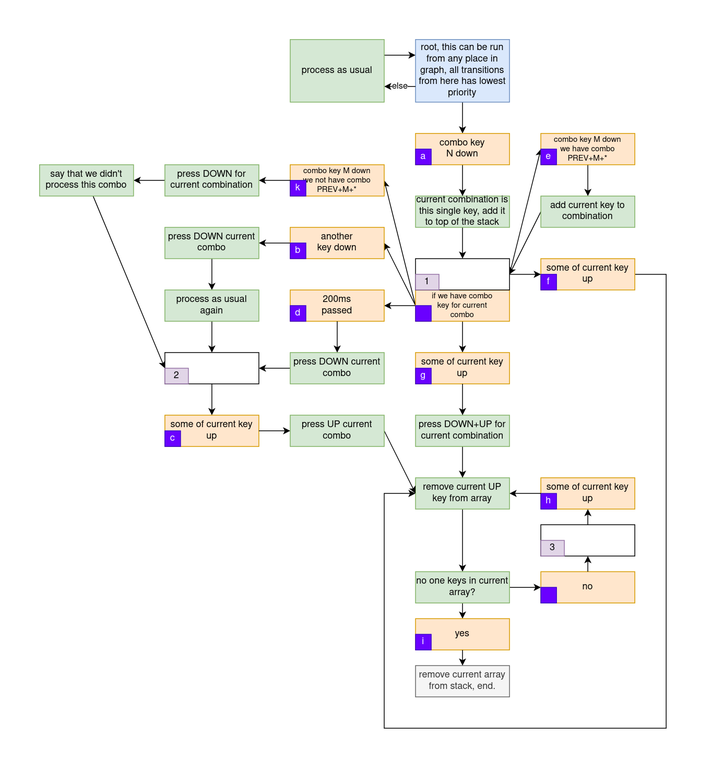
Before: combo/dka.png, a diagram exported from draw.io (optozorax/moonlander). Source tidied: cells renumbered, new cells last; positions are measured from the earlier drawing's top-left corner, leaving out a move shared by most shapes.
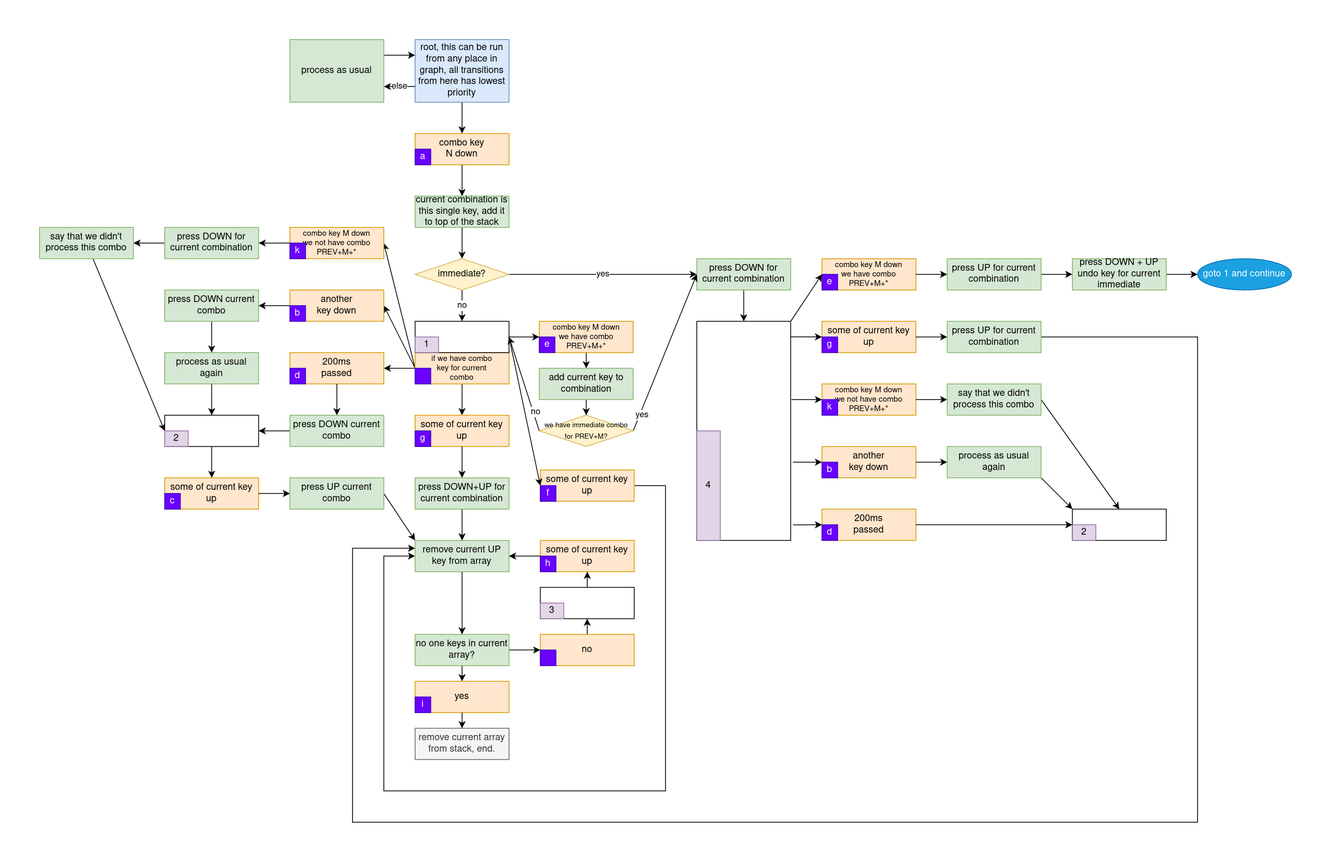
The same file after the commit.

Commit message:
add immediate chord image

The edit, as a diff of the source:
```diff
@@ -6,7 +6,7 @@
       <mxGeometry relative="1" as="geometry" />
     </mxCell>
     <mxCell id="3" value="root, this can be run from any place in graph, all transitions from here has lowest priority" style="rounded=0;whiteSpace=wrap;html=1;fillColor=#dae8fc;strokeColor=#6c8ebf;" parent="1" vertex="1">
-      <mxGeometry x="480" width="120" height="80" as="geometry" />
+      <mxGeometry x="480" y="-80" width="120" height="80" as="geometry" />
     </mxCell>
     <mxCell id="4" value="remove current array from stack, end." style="rounded=0;whiteSpace=wrap;html=1;fillColor=#f5f5f5;strokeColor=#666666;fontColor=#333333;" parent="1" vertex="1">
       <mxGeometry x="480" y="800" width="120" height="40" as="geometry" />
@@ -14,7 +14,7 @@
     <mxCell id="5" style="edgeStyle=orthogonalEdgeStyle;rounded=0;jettySize=auto;html=1;exitX=1;exitY=0.5;exitDx=0;exitDy=0;" parent="1" edge="1" source="89" target="8">
       <mxGeometry relative="1" as="geometry">
         <Array as="points">
-          <mxPoint x="800" y="300" />
+          <mxPoint x="800" y="490" />
           <mxPoint x="800" y="880" />
           <mxPoint x="440" y="880" />
           <mxPoint x="440" y="580" />
@@ -30,12 +30,6 @@
     <mxCell id="8" value="remove current UP key from array" style="rounded=0;whiteSpace=wrap;html=1;fillColor=#d5e8d4;strokeColor=#82b366;" parent="1" vertex="1">
       <mxGeometry x="480" y="560" width="120" height="40" as="geometry" />
     </mxCell>
-    <mxCell id="9" style="edgeStyle=none;rounded=0;jettySize=auto;html=1;" parent="1" edge="1" source="10" target="54">
-      <mxGeometry relative="1" as="geometry" />
-    </mxCell>
-    <mxCell id="10" value="current combination is this single key, add it to top of the stack" style="rounded=0;whiteSpace=wrap;html=1;fillColor=#d5e8d4;strokeColor=#82b366;" parent="1" vertex="1">
-      <mxGeometry x="480" y="200" width="120" height="40" as="geometry" />
-    </mxCell>
     <mxCell id="11" style="edgeStyle=none;rounded=0;jettySize=auto;html=1;" parent="1" edge="1" source="12" target="60">
       <mxGeometry relative="1" as="geometry" />
     </mxCell>
@@ -63,13 +57,13 @@
     <mxCell id="19" value="press DOWN+UP for current combination" style="rounded=0;whiteSpace=wrap;html=1;fillColor=#d5e8d4;strokeColor=#82b366;" parent="1" vertex="1">
       <mxGeometry x="480" y="480" width="120" height="40" as="geometry" />
     </mxCell>
-    <mxCell id="20" style="edgeStyle=none;rounded=0;jettySize=auto;html=1;exitX=0;exitY=0.5;exitDx=0;exitDy=0;entryX=1;entryY=0.5;entryDx=0;entryDy=0;" parent="1" edge="1" source="21" target="54">
-      <mxGeometry relative="1" as="geometry" />
-    </mxCell>
+    <mxCell id="94" style="edgeStyle=orthogonalEdgeStyle;rounded=0;jettySize=auto;html=1;" parent="1" edge="1" source="21" target="105">
+      <mxGeometry relative="1" as="geometry" />
+    </mxCell>
     <mxCell id="21" value="add current key to combination" style="rounded=0;whiteSpace=wrap;html=1;fillColor=#d5e8d4;strokeColor=#82b366;" parent="1" vertex="1">
-      <mxGeometry x="640" y="200" width="120" height="40" as="geometry" />
+      <mxGeometry x="638.7" y="340" width="120" height="40" as="geometry" />
     </mxCell>
-    <mxCell id="22" style="edgeStyle=none;rounded=0;jettySize=auto;html=1;exitX=1;exitY=0.5;exitDx=0;exitDy=0;entryX=0;entryY=0.5;entryDx=0;entryDy=0;" parent="1" edge="1" source="23" target="8">
+    <mxCell id="22" style="edgeStyle=none;rounded=0;jettySize=auto;html=1;exitX=1;exitY=0.5;exitDx=0;exitDy=0;entryX=0;entryY=0;entryDx=0;entryDy=0;" parent="1" edge="1" source="23" target="8">
       <mxGeometry relative="1" as="geometry" />
     </mxCell>
     <mxCell id="23" value="press UP current combo" style="rounded=0;whiteSpace=wrap;html=1;fillColor=#d5e8d4;strokeColor=#82b366;" parent="1" vertex="1">
@@ -82,7 +76,7 @@
       <mxGeometry relative="1" as="geometry" />
     </mxCell>
     <mxCell id="26" value="process as usual" style="rounded=0;whiteSpace=wrap;html=1;fillColor=#d5e8d4;strokeColor=#82b366;" parent="1" vertex="1">
-      <mxGeometry x="320" width="120" height="80" as="geometry" />
+      <mxGeometry x="320" y="-80" width="120" height="80" as="geometry" />
     </mxCell>
     <mxCell id="27" style="edgeStyle=none;rounded=0;jettySize=auto;html=1;" parent="1" edge="1" source="29" target="77">
       <mxGeometry relative="1" as="geometry" />
@@ -123,9 +117,6 @@
     <mxCell id="39" style="edgeStyle=none;rounded=0;jettySize=auto;html=1;entryX=1;entryY=0.5;entryDx=0;entryDy=0;" parent="1" edge="1" source="45" target="31">
       <mxGeometry relative="1" as="geometry" />
     </mxCell>
-    <mxCell id="40" style="edgeStyle=none;rounded=0;jettySize=auto;html=1;" parent="1" edge="1" source="51" target="10">
-      <mxGeometry relative="1" as="geometry" />
-    </mxCell>
     <mxCell id="41" style="group;" parent="1" vertex="1">
       <mxGeometry x="320" y="320" width="120" height="40" as="geometry" />
     </mxCell>
@@ -145,7 +136,7 @@
       <mxGeometry y="20" width="20" height="20" as="geometry" />
     </mxCell>
     <mxCell id="47" style="group;" parent="1" vertex="1">
-      <mxGeometry x="640" y="120" width="120" height="40" as="geometry" />
+      <mxGeometry x="638.7" y="280" width="120" height="40" as="geometry" />
     </mxCell>
     <mxCell id="48" value="&lt;div style=&quot;font-size: 10px&quot;&gt;&lt;font style=&quot;font-size: 10px&quot;&gt;combo key M down&lt;/font&gt;&lt;div&gt;&lt;font style=&quot;font-size: 10px&quot;&gt;we have combo PREV+M&lt;/font&gt;&lt;font style=&quot;font-size: 10px&quot;&gt;+*&lt;/font&gt;&lt;/div&gt;&lt;/div&gt;" style="rounded=0;whiteSpace=wrap;html=1;fillColor=#ffe6cc;strokeColor=#d79b00;" parent="47" vertex="1">
       <mxGeometry width="120" height="40" as="geometry" />
@@ -154,7 +145,7 @@
       <mxGeometry y="20" width="20" height="20" as="geometry" />
     </mxCell>
     <mxCell id="50" style="group;" parent="1" vertex="1">
-      <mxGeometry x="480" y="120" width="120" height="40" as="geometry" />
+      <mxGeometry x="480" y="40" width="120" height="40" as="geometry" />
     </mxCell>
     <mxCell id="51" value="&lt;div&gt;combo key &lt;br&gt;&lt;/div&gt;&lt;div&gt;N down&lt;/div&gt;" style="rounded=0;whiteSpace=wrap;html=1;fillColor=#ffe6cc;strokeColor=#d79b00;" parent="50" vertex="1">
       <mxGeometry width="120" height="40" as="geometry" />
@@ -268,7 +259,7 @@
       <mxGeometry relative="1" as="geometry" />
     </mxCell>
     <mxCell id="88" style="group;" parent="1" vertex="1">
-      <mxGeometry x="640" y="280" width="120" height="40" as="geometry" />
+      <mxGeometry x="640" y="470" width="120" height="40" as="geometry" />
     </mxCell>
     <mxCell id="89" value="some of current key up" style="rounded=0;whiteSpace=wrap;html=1;fillColor=#ffe6cc;strokeColor=#d79b00;" parent="88" vertex="1">
       <mxGeometry width="120" height="40" as="geometry" />
@@ -276,7 +267,7 @@
     <mxCell id="90" value="f" style="rounded=0;whiteSpace=wrap;html=1;fillColor=#6a00ff;strokeColor=#3700CC;fontColor=#ffffff;" parent="88" vertex="1">
       <mxGeometry y="20" width="20" height="20" as="geometry" />
     </mxCell>
-    <mxCell id="91" style="edgeStyle=none;rounded=0;jettySize=auto;html=1;" parent="1" edge="1" source="54" target="89">
+    <mxCell id="91" style="edgeStyle=none;rounded=0;jettySize=auto;html=1;exitX=1;exitY=0.5;exitDx=0;exitDy=0;entryX=0;entryY=0;entryDx=0;entryDy=0;" parent="1" edge="1" source="54" target="90">
       <mxGeometry relative="1" as="geometry" />
     </mxCell>
     <mxCell id="92" style="edgeStyle=none;rounded=0;jettySize=auto;html=1;" parent="1" edge="1" source="69" target="19">
@@ -285,5 +276,179 @@
     <mxCell id="93" style="rounded=0;whiteSpace=wrap;html=1;fillColor=#6a00ff;strokeColor=#3700CC;fontColor=#ffffff;" parent="1" vertex="1">
       <mxGeometry x="480" y="340" width="20" height="20" as="geometry" />
     </mxCell>
+    <mxCell id="95" value="no" style="edgeStyle=orthogonalEdgeStyle;rounded=0;jettySize=auto;html=1;" parent="1" edge="1" source="97" target="54">
+      <mxGeometry relative="1" as="geometry" />
+    </mxCell>
+    <mxCell id="96" value="yes" style="rounded=0;jettySize=auto;html=1;entryX=0;entryY=0.5;entryDx=0;entryDy=0;exitX=1;exitY=0.5;exitDx=0;exitDy=0;" parent="1" edge="1" source="97" target="100">
+      <mxGeometry relative="1" as="geometry" />
+    </mxCell>
+    <mxCell id="97" value="immediate?" style="rhombus;whiteSpace=wrap;html=1;fillColor=#fff2cc;strokeColor=#d6b656;" parent="1" vertex="1">
+      <mxGeometry x="480" y="200" width="120" height="40" as="geometry" />
+    </mxCell>
+    <mxCell id="98" style="edgeStyle=orthogonalEdgeStyle;rounded=0;jettySize=auto;html=1;" parent="1" edge="1" source="10" target="97">
+      <mxGeometry relative="1" as="geometry" />
+    </mxCell>
+    <mxCell id="10" value="current combination is this single key, add it to top of the stack" style="rounded=0;whiteSpace=wrap;html=1;fillColor=#d5e8d4;strokeColor=#82b366;" parent="1" vertex="1">
+      <mxGeometry x="480" y="120" width="120" height="40" as="geometry" />
+    </mxCell>
+    <mxCell id="40" style="edgeStyle=orthogonalEdgeStyle;rounded=0;jettySize=auto;html=1;" parent="1" edge="1" source="51" target="10">
+      <mxGeometry relative="1" as="geometry" />
+    </mxCell>
+    <mxCell id="99" style="edgeStyle=none;rounded=0;jettySize=auto;html=1;" parent="1" edge="1" source="100" target="107">
+      <mxGeometry relative="1" as="geometry" />
+    </mxCell>
+    <mxCell id="100" value="press DOWN for current combination" style="rounded=0;whiteSpace=wrap;html=1;fillColor=#d5e8d4;strokeColor=#82b366;" parent="1" vertex="1">
+      <mxGeometry x="840" y="200" width="120" height="40" as="geometry" />
+    </mxCell>
+    <mxCell id="101" style="rounded=0;jettySize=auto;html=1;exitX=0;exitY=0.5;exitDx=0;exitDy=0;" parent="1" edge="1" source="105">
+      <mxGeometry relative="1" as="geometry">
+        <mxPoint x="600" y="300" as="targetPoint" />
+      </mxGeometry>
+    </mxCell>
+    <mxCell id="102" value="no" style="edgeLabel;html=1;align=center;verticalAlign=middle;" parent="101" vertex="1">
+      <mxGeometry x="-0.6" y="-3" relative="1" as="geometry" />
+    </mxCell>
+    <mxCell id="103" style="edgeStyle=none;rounded=0;jettySize=auto;html=1;exitX=1;exitY=0.5;exitDx=0;exitDy=0;entryX=0;entryY=0.5;entryDx=0;entryDy=0;" parent="1" edge="1" source="105" target="100">
+      <mxGeometry relative="1" as="geometry" />
+    </mxCell>
+    <mxCell id="104" value="yes" style="edgeLabel;html=1;align=center;verticalAlign=middle;" parent="103" vertex="1">
+      <mxGeometry x="-0.79" y="-2" relative="1" as="geometry" />
+    </mxCell>
+    <mxCell id="105" value="&lt;font style=&quot;font-size: 9px&quot;&gt;we have immediate combo for PREV+M?&lt;/font&gt;" style="rhombus;whiteSpace=wrap;html=1;fillColor=#fff2cc;strokeColor=#d6b656;" parent="1" vertex="1">
+      <mxGeometry x="638.7" y="400" width="120" height="40" as="geometry" />
+    </mxCell>
+    <mxCell id="106" style="group;" parent="1" vertex="1">
+      <mxGeometry x="840" y="280" width="120" height="280" as="geometry" />
+    </mxCell>
+    <mxCell id="107" style="rounded=0;whiteSpace=wrap;html=1;" parent="106" vertex="1">
+      <mxGeometry width="120" height="280" as="geometry" />
+    </mxCell>
+    <mxCell id="108" value="4" style="rounded=0;whiteSpace=wrap;html=1;fillColor=#e1d5e7;strokeColor=#9673a6;" parent="106" vertex="1">
+      <mxGeometry y="140" width="30" height="140" as="geometry" />
+    </mxCell>
+    <mxCell id="109" style="group;" parent="1" vertex="1">
+      <mxGeometry x="1000" y="520" width="120" height="40" as="geometry" />
+    </mxCell>
+    <mxCell id="110" value="&lt;div&gt;200ms&lt;/div&gt;&lt;div&gt;passed&lt;br&gt;&lt;/div&gt;" style="rounded=0;whiteSpace=wrap;html=1;fillColor=#ffe6cc;strokeColor=#d79b00;" parent="109" vertex="1">
+      <mxGeometry width="120" height="40" as="geometry" />
+    </mxCell>
+    <mxCell id="111" value="d" style="rounded=0;whiteSpace=wrap;html=1;fillColor=#6a00ff;strokeColor=#3700CC;fontColor=#ffffff;" parent="109" vertex="1">
+      <mxGeometry y="20" width="20" height="20" as="geometry" />
+    </mxCell>
+    <mxCell id="112" style="group;" parent="1" vertex="1">
+      <mxGeometry x="1000" y="440" width="120" height="40" as="geometry" />
+    </mxCell>
+    <mxCell id="113" value="&lt;div&gt;another &lt;br&gt;&lt;/div&gt;&lt;div&gt;key down&lt;/div&gt;" style="rounded=0;whiteSpace=wrap;html=1;fillColor=#ffe6cc;strokeColor=#d79b00;" parent="112" vertex="1">
+      <mxGeometry width="120" height="40" as="geometry" />
+    </mxCell>
+    <mxCell id="114" value="b" style="rounded=0;whiteSpace=wrap;html=1;fillColor=#6a00ff;strokeColor=#3700CC;fontColor=#ffffff;" parent="112" vertex="1">
+      <mxGeometry y="20" width="20" height="20" as="geometry" />
+    </mxCell>
+    <mxCell id="115" style="group;" parent="1" vertex="1">
+      <mxGeometry x="1000" y="360" width="120" height="40" as="geometry" />
+    </mxCell>
+    <mxCell id="116" value="&lt;div style=&quot;font-size: 10px&quot;&gt;&lt;font style=&quot;font-size: 10px&quot;&gt;combo key M down&lt;/font&gt;&lt;div&gt;&lt;font style=&quot;font-size: 10px&quot;&gt;we not have combo PREV+M&lt;/font&gt;&lt;font style=&quot;font-size: 10px&quot;&gt;+*&lt;/font&gt;&lt;/div&gt;&lt;/div&gt;" style="rounded=0;whiteSpace=wrap;html=1;fillColor=#ffe6cc;strokeColor=#d79b00;" parent="115" vertex="1">
+      <mxGeometry width="120" height="40" as="geometry" />
+    </mxCell>
+    <mxCell id="117" value="k" style="rounded=0;whiteSpace=wrap;html=1;fillColor=#6a00ff;strokeColor=#3700CC;fontColor=#ffffff;" parent="115" vertex="1">
+      <mxGeometry y="20" width="20" height="20" as="geometry" />
+    </mxCell>
+    <mxCell id="118" style="group;" parent="1" vertex="1">
+      <mxGeometry x="1000" y="200" width="120" height="40" as="geometry" />
+    </mxCell>
+    <mxCell id="119" value="&lt;div style=&quot;font-size: 10px&quot;&gt;&lt;font style=&quot;font-size: 10px&quot;&gt;combo key M down&lt;/font&gt;&lt;div&gt;&lt;font style=&quot;font-size: 10px&quot;&gt;we have combo PREV+M&lt;/font&gt;&lt;font style=&quot;font-size: 10px&quot;&gt;+*&lt;/font&gt;&lt;/div&gt;&lt;/div&gt;" style="rounded=0;whiteSpace=wrap;html=1;fillColor=#ffe6cc;strokeColor=#d79b00;" parent="118" vertex="1">
+      <mxGeometry width="120" height="40" as="geometry" />
+    </mxCell>
+    <mxCell id="120" value="e" style="rounded=0;whiteSpace=wrap;html=1;fillColor=#6a00ff;strokeColor=#3700CC;fontColor=#ffffff;" parent="118" vertex="1">
+      <mxGeometry y="20" width="20" height="20" as="geometry" />
+    </mxCell>
+    <mxCell id="121" style="group;" parent="1" vertex="1">
+      <mxGeometry x="1000" y="280" width="120" height="40" as="geometry" />
+    </mxCell>
+    <mxCell id="122" value="some of current key up" style="rounded=0;whiteSpace=wrap;html=1;fillColor=#ffe6cc;strokeColor=#d79b00;" parent="121" vertex="1">
+      <mxGeometry width="120" height="40" as="geometry" />
+    </mxCell>
+    <mxCell id="123" value="g" style="rounded=0;whiteSpace=wrap;html=1;fillColor=#6a00ff;strokeColor=#3700CC;fontColor=#ffffff;" parent="121" vertex="1">
+      <mxGeometry y="20" width="20" height="20" as="geometry" />
+    </mxCell>
+    <mxCell id="124" style="edgeStyle=none;rounded=0;jettySize=auto;html=1;exitX=1;exitY=0.071;exitDx=0;exitDy=0;exitPerimeter=0;" parent="1" edge="1" source="107" target="122">
+      <mxGeometry relative="1" as="geometry" />
+    </mxCell>
+    <mxCell id="125" style="edgeStyle=none;rounded=0;jettySize=auto;html=1;entryX=0;entryY=0;entryDx=0;entryDy=0;exitX=1.008;exitY=0.357;exitDx=0;exitDy=0;exitPerimeter=0;" parent="1" edge="1" source="107" target="117">
+      <mxGeometry relative="1" as="geometry" />
+    </mxCell>
+    <mxCell id="126" style="edgeStyle=none;rounded=0;jettySize=auto;html=1;entryX=0;entryY=0.5;entryDx=0;entryDy=0;exitX=1.025;exitY=0.643;exitDx=0;exitDy=0;exitPerimeter=0;" parent="1" edge="1" source="107" target="113">
+      <mxGeometry relative="1" as="geometry" />
+    </mxCell>
+    <mxCell id="127" style="edgeStyle=none;rounded=0;jettySize=auto;html=1;entryX=0;entryY=0;entryDx=0;entryDy=0;exitX=1.025;exitY=0.929;exitDx=0;exitDy=0;exitPerimeter=0;" parent="1" edge="1" source="107" target="111">
+      <mxGeometry relative="1" as="geometry" />
+    </mxCell>
+    <mxCell id="128" style="edgeStyle=none;rounded=0;jettySize=auto;html=1;entryX=0;entryY=0;entryDx=0;entryDy=0;exitX=1;exitY=0;exitDx=0;exitDy=0;" parent="1" edge="1" source="107" target="120">
+      <mxGeometry relative="1" as="geometry" />
+    </mxCell>
+    <mxCell id="129" value="goto 1 and continue" style="ellipse;whiteSpace=wrap;html=1;fillColor=#1ba1e2;strokeColor=#006EAF;fontColor=#ffffff;" parent="1" vertex="1">
+      <mxGeometry x="1480" y="200" width="120" height="40" as="geometry" />
+    </mxCell>
+    <mxCell id="130" style="edgeStyle=none;rounded=0;jettySize=auto;html=1;entryX=0;entryY=0.5;entryDx=0;entryDy=0;exitX=1;exitY=0.5;exitDx=0;exitDy=0;" parent="1" edge="1" source="131" target="134">
+      <mxGeometry relative="1" as="geometry" />
+    </mxCell>
+    <mxCell id="131" value="press UP for current combination" style="rounded=0;whiteSpace=wrap;html=1;fillColor=#d5e8d4;strokeColor=#82b366;" parent="1" vertex="1">
+      <mxGeometry x="1160" y="200" width="120" height="40" as="geometry" />
+    </mxCell>
+    <mxCell id="132" style="edgeStyle=none;rounded=0;jettySize=auto;html=1;" parent="1" edge="1" source="119" target="131">
+      <mxGeometry relative="1" as="geometry" />
+    </mxCell>
+    <mxCell id="133" style="edgeStyle=none;rounded=0;jettySize=auto;html=1;" parent="1" edge="1" source="134" target="129">
+      <mxGeometry relative="1" as="geometry" />
+    </mxCell>
+    <mxCell id="134" value="press DOWN + UP undo key for current immediate" style="rounded=0;whiteSpace=wrap;html=1;fillColor=#d5e8d4;strokeColor=#82b366;" parent="1" vertex="1">
+      <mxGeometry x="1320" y="200" width="120" height="40" as="geometry" />
+    </mxCell>
+    <mxCell id="135" style="edgeStyle=none;rounded=0;jettySize=auto;html=1;entryX=0;entryY=0;entryDx=0;entryDy=0;exitX=1;exitY=1;exitDx=0;exitDy=0;" parent="1" edge="1" source="136" target="139">
+      <mxGeometry relative="1" as="geometry" />
+    </mxCell>
+    <mxCell id="136" value="process as usual again" style="rounded=0;whiteSpace=wrap;html=1;fillColor=#d5e8d4;strokeColor=#82b366;" parent="1" vertex="1">
+      <mxGeometry x="1160" y="440" width="120" height="40" as="geometry" />
+    </mxCell>
+    <mxCell id="137" style="edgeStyle=none;rounded=0;jettySize=auto;html=1;" parent="1" edge="1" source="113" target="136">
+      <mxGeometry relative="1" as="geometry" />
+    </mxCell>
+    <mxCell id="138" style="group;" parent="1" vertex="1">
+      <mxGeometry x="1320" y="520" width="120" height="40" as="geometry" />
+    </mxCell>
+    <mxCell id="139" style="rounded=0;whiteSpace=wrap;html=1;" parent="138" vertex="1">
+      <mxGeometry width="120" height="40" as="geometry" />
+    </mxCell>
+    <mxCell id="140" value="2" style="rounded=0;whiteSpace=wrap;html=1;fillColor=#e1d5e7;strokeColor=#9673a6;" parent="138" vertex="1">
+      <mxGeometry y="20" width="30" height="20" as="geometry" />
+    </mxCell>
+    <mxCell id="141" style="edgeStyle=none;rounded=0;jettySize=auto;html=1;entryX=0.5;entryY=0;entryDx=0;entryDy=0;exitX=1;exitY=0.5;exitDx=0;exitDy=0;" parent="1" edge="1" source="142" target="139">
+      <mxGeometry relative="1" as="geometry" />
+    </mxCell>
+    <mxCell id="142" value="say that we didn't process this combo" style="rounded=0;whiteSpace=wrap;html=1;fillColor=#d5e8d4;strokeColor=#82b366;" parent="1" vertex="1">
+      <mxGeometry x="1160" y="360" width="120" height="40" as="geometry" />
+    </mxCell>
+    <mxCell id="143" style="edgeStyle=none;rounded=0;jettySize=auto;html=1;" parent="1" edge="1" source="116" target="142">
+      <mxGeometry relative="1" as="geometry" />
+    </mxCell>
+    <mxCell id="144" style="edgeStyle=none;rounded=0;jettySize=auto;html=1;entryX=0;entryY=0;entryDx=0;entryDy=0;exitX=1;exitY=0.5;exitDx=0;exitDy=0;" parent="1" edge="1" source="110" target="140">
+      <mxGeometry relative="1" as="geometry" />
+    </mxCell>
+    <mxCell id="145" style="edgeStyle=orthogonalEdgeStyle;rounded=0;jettySize=auto;html=1;" parent="1" edge="1" source="146" target="8">
+      <mxGeometry relative="1" as="geometry">
+        <Array as="points">
+          <mxPoint x="1480" y="300" />
+          <mxPoint x="1480" y="920" />
+          <mxPoint x="400" y="920" />
+          <mxPoint x="400" y="570" />
+        </Array>
+      </mxGeometry>
+    </mxCell>
+    <mxCell id="146" value="press UP for current combination" style="rounded=0;whiteSpace=wrap;html=1;fillColor=#d5e8d4;strokeColor=#82b366;" parent="1" vertex="1">
+      <mxGeometry x="1160" y="280" width="120" height="40" as="geometry" />
+    </mxCell>
+    <mxCell id="147" style="edgeStyle=none;rounded=0;jettySize=auto;html=1;" parent="1" edge="1" source="122" target="146">
+      <mxGeometry relative="1" as="geometry" />
+    </mxCell>
   </root>
 </mxGraphModel>
```
